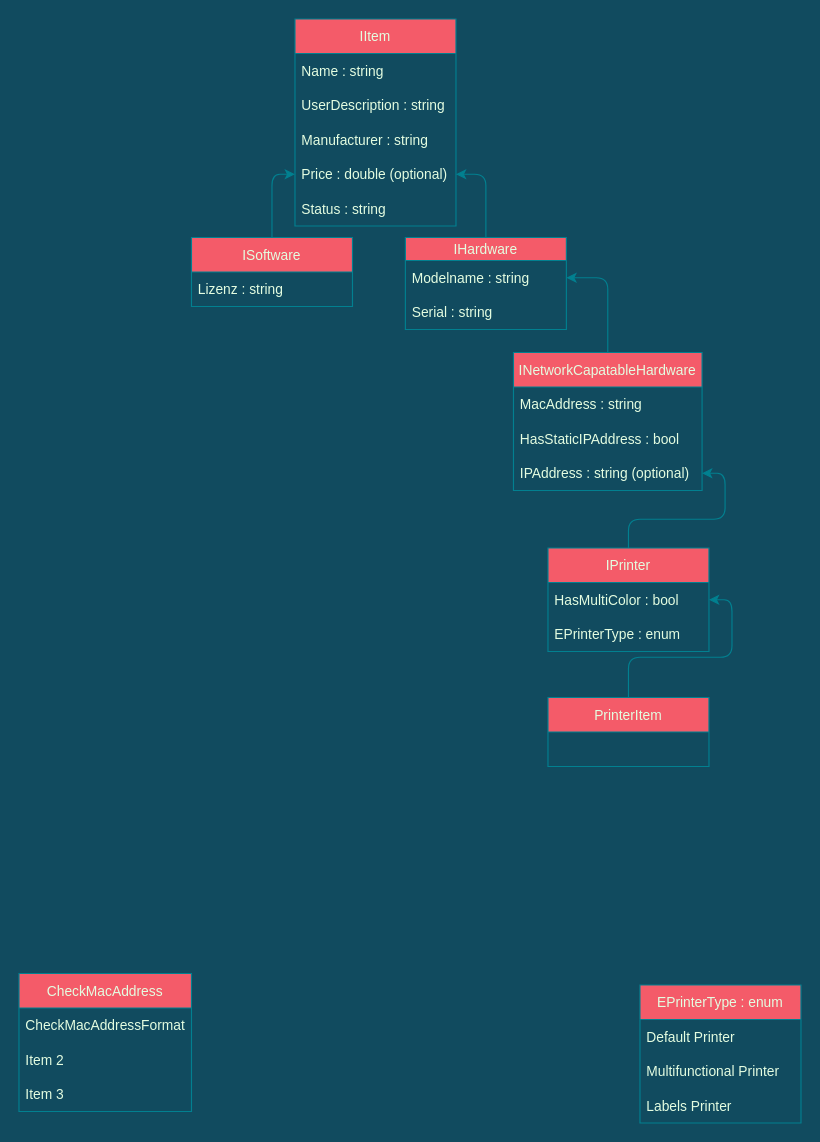
Before: src/uebung/printer_manager/project_diagram.drawio in Scherlda/sw_developer_2021_damian, a draw.io diagram. Source tidied: cells renumbered, new cells numbered last; positions are measured from the earlier drawing's top-left corner, leaving out a move shared by most shapes. Both pictures are drawn from the tidied source at 115%, with x=0, y=0 at pixel (18, 18).
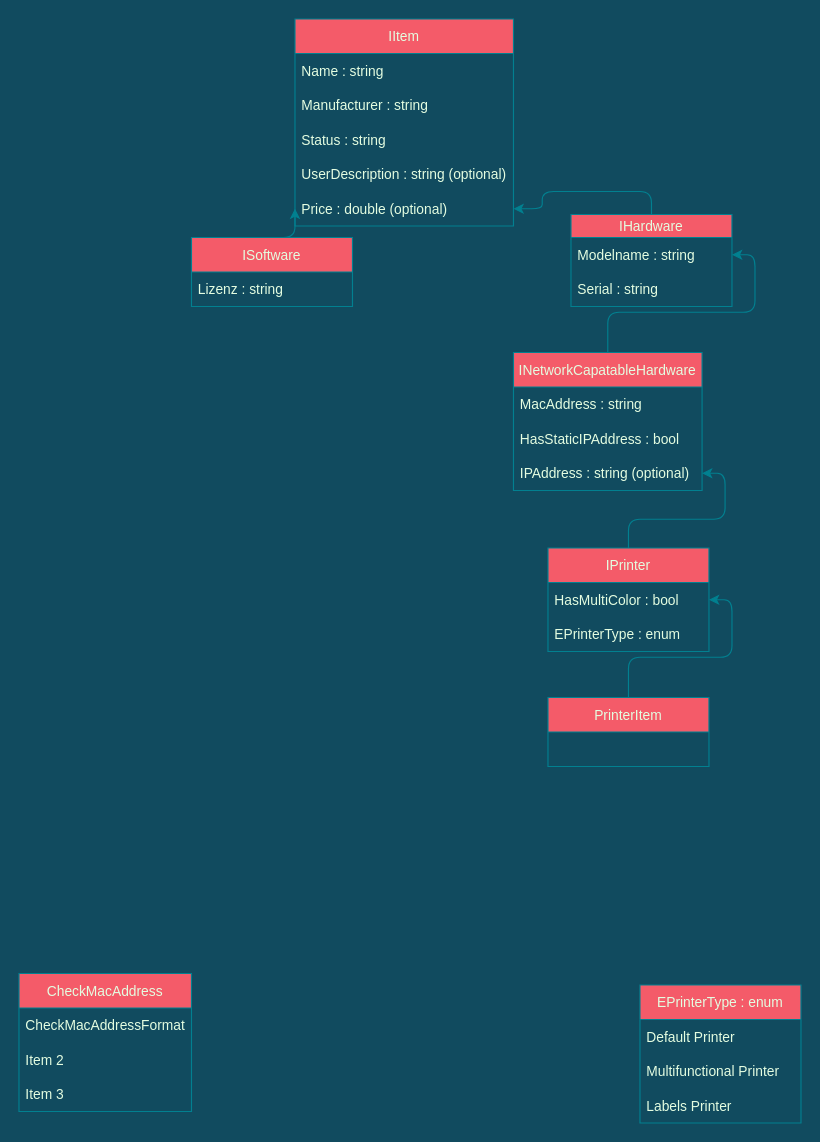
After the change.

What changed in the source:
```diff
@@
     <mxCell id="3" value="IHardware" style="swimlane;fontStyle=0;horizontal=1;startSize=20;fillColor=#F45B69;strokeColor=#028090;fontColor=#E4FDE1;" parent="1" vertex="1">
-      <mxGeometry x="336" y="190" width="140" height="80" as="geometry" />
+      <mxGeometry x="480" y="170" width="140" height="80" as="geometry" />
     </mxCell>
@@
     <mxCell id="19" value="IItem" style="swimlane;fontStyle=0;horizontal=1;startSize=30;fillColor=#F45B69;strokeColor=#028090;fontColor=#E4FDE1;" parent="1" vertex="1">
-      <mxGeometry x="240" width="140" height="180" as="geometry" />
+      <mxGeometry x="240" width="190" height="180" as="geometry" />
     </mxCell>
     <mxCell id="20" value="Name : string" style="text;strokeColor=none;fillColor=none;align=left;verticalAlign=middle;spacingLeft=4;spacingRight=4;overflow=hidden;fontColor=#E4FDE1;" parent="19" vertex="1">
-      <mxGeometry y="30" width="140" height="30" as="geometry" />
+      <mxGeometry y="30" width="190" height="30" as="geometry" />
     </mxCell>
+    <mxCell id="22" value="Manufacturer : string" style="text;strokeColor=none;fillColor=none;align=left;verticalAlign=middle;spacingLeft=4;spacingRight=4;overflow=hidden;fontColor=#E4FDE1;" parent="19" vertex="1">
+      <mxGeometry y="60" width="190" height="30" as="geometry" />
+    </mxCell>
+    <mxCell id="24" value="Status : string" style="text;strokeColor=none;fillColor=none;align=left;verticalAlign=middle;spacingLeft=4;spacingRight=4;overflow=hidden;fontColor=#E4FDE1;" parent="19" vertex="1">
+      <mxGeometry y="90" width="190" height="30" as="geometry" />
+    </mxCell>
-    <mxCell id="21" value="UserDescription : string" style="text;strokeColor=none;fillColor=none;align=left;verticalAlign=middle;spacingLeft=4;spacingRight=4;overflow=hidden;fontColor=#E4FDE1;" parent="19" vertex="1">
-      <mxGeometry y="60" width="140" height="30" as="geometry" />
+    <mxCell id="21" value="UserDescription : string (optional)" style="text;strokeColor=none;fillColor=none;align=left;verticalAlign=middle;spacingLeft=4;spacingRight=4;overflow=hidden;fontColor=#E4FDE1;" parent="19" vertex="1">
+      <mxGeometry y="120" width="190" height="30" as="geometry" />
     </mxCell>
-    <mxCell id="22" value="Manufacturer : string" style="text;strokeColor=none;fillColor=none;align=left;verticalAlign=middle;spacingLeft=4;spacingRight=4;overflow=hidden;fontColor=#E4FDE1;" parent="19" vertex="1">
-      <mxGeometry y="90" width="140" height="30" as="geometry" />
-    </mxCell>
     <mxCell id="23" value="Price : double (optional)" style="text;strokeColor=none;fillColor=none;align=left;verticalAlign=middle;spacingLeft=4;spacingRight=4;overflow=hidden;points=[[0,0.5],[1,0.5]];portConstraint=eastwest;fontColor=#E4FDE1;" parent="19" vertex="1">
-      <mxGeometry y="120" width="140" height="30" as="geometry" />
+      <mxGeometry y="150" width="190" height="30" as="geometry" />
     </mxCell>
-    <mxCell id="24" value="Status : string" style="text;strokeColor=none;fillColor=none;align=left;verticalAlign=middle;spacingLeft=4;spacingRight=4;overflow=hidden;fontColor=#E4FDE1;" parent="19" vertex="1">
-      <mxGeometry y="150" width="140" height="30" as="geometry" />
-    </mxCell>
```
